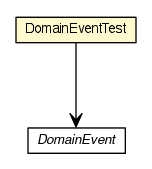
Above: testapidocs/org/dayatang/domain/event/DomainEventTest.png in dayatang/dddlib (Graphviz), before the change. Its source is kept beside it as testapidocs/org/dayatang/domain/event/DomainEventTest.dot.
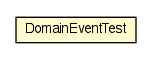
After the change.

The edit, as a diff of the source:
```diff
@@ -4,15 +4,9 @@
 	node [fontname="Helvetica",fontsize=10,shape=plaintext];
 	nodesep=0.25;
 	ranksep=0.5;
-	c22360 [label=<<table title="org.dayatang.domain.event.DomainEventTest" border="0" cellborder="1" cellspacing="0" cellpadding="2" port="p" bgcolor="lemonChiffon" href="./DomainEventTest.html">
+	c22096 [label=<<table title="org.dayatang.domain.event.DomainEventTest" border="0" cellborder="1" cellspacing="0" cellpadding="2" port="p" bgcolor="lemonChiffon" href="./DomainEventTest.html">
 		<tr><td><table border="0" cellspacing="0" cellpadding="1">
 <tr><td align="center" balign="center"> DomainEventTest </td></tr>
 		</table></td></tr>
 		</table>>, URL="./DomainEventTest.html", fontname="Helvetica", fontcolor="black", fontsize=10.0];
-	c22360:p -> c22524:p [taillabel="", label=" "headlabel="", fontname="Helvetica", fontcolor="black", fontsize=10.0, color="black", arrowhead=open];
-	c22524 [label=<<table title="org.dayatang.domain.event.DomainEvent" border="0" cellborder="1" cellspacing="0" cellpadding="2" port="p" href="http://java.sun.com/j2se/1.4.2/docs/api/org/dayatang/domain/event/DomainEvent.html">
-		<tr><td><table border="0" cellspacing="0" cellpadding="1">
-<tr><td align="center" balign="center"><font face="Helvetica-Oblique"> DomainEvent </font></td></tr>
-		</table></td></tr>
-		</table>>, URL="http://java.sun.com/j2se/1.4.2/docs/api/org/dayatang/domain/event/DomainEvent.html", fontname="Helvetica", fontcolor="black", fontsize=10.0];
 }
```
